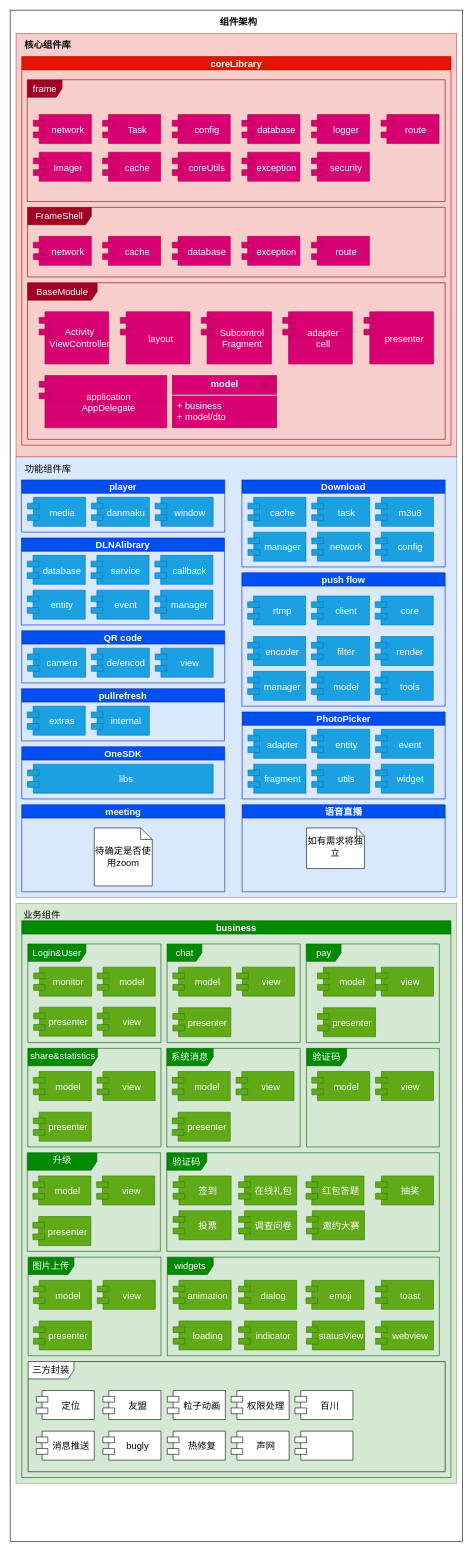
The draw.io diagram 架构设计/未命名绘图.drawio in mengzhuSDK/diagram, before the edit. Source tidied: cells renumbered, new cells numbered last; positions are measured from the earlier drawing's top-left corner, leaving out a move shared by most shapes. Both pictures are drawn from the tidied source at 58%, with x=0, y=0 at pixel (10, 10).
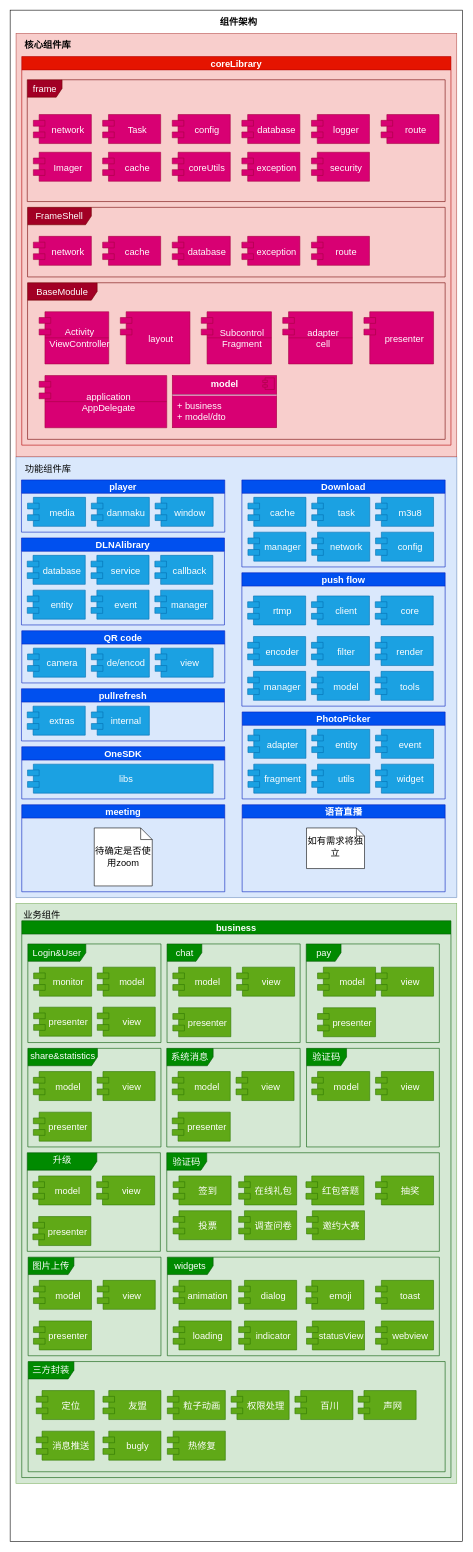
Above is the later version.

Commit message:
更新未命名绘图.drawio

Unchanged cells that the change refers to:
```xml
<mxCell id="52" value="business" style="swimlane;fontSize=16;html=0;fillColor=#008a00;strokeColor=#005700;fontColor=#ffffff;" parent="1" vertex="1">
  <mxGeometry x="20" y="1570" width="740" height="960" as="geometry" />
</mxCell>
```

The edit, as a diff of the source:
```diff
@@
-    <mxCell id="80" value="三方封装" style="shape=umlFrame;whiteSpace=wrap;html=1;fontSize=16;width=79;height=30;" parent="52" vertex="1">
+    <mxCell id="80" value="三方封装" style="shape=umlFrame;whiteSpace=wrap;html=1;fontSize=16;width=79;height=30;fillColor=#008a00;strokeColor=#005700;fontColor=#ffffff;" parent="52" vertex="1">
       <mxGeometry x="11" y="760" width="719" height="190" as="geometry" />
     </mxCell>
-    <mxCell id="81" value="定位" style="shape=module;align=left;spacingLeft=20;align=center;verticalAlign=middle;fontSize=16;" parent="52" vertex="1">
+    <mxCell id="81" value="定位" style="shape=module;align=left;spacingLeft=20;align=center;verticalAlign=middle;fontSize=16;fillColor=#60a917;strokeColor=#2D7600;fontColor=#ffffff;" parent="52" vertex="1">
       <mxGeometry x="25" y="810" width="100" height="50" as="geometry" />
     </mxCell>
-    <mxCell id="82" value="消息推送" style="shape=module;align=left;spacingLeft=20;align=center;verticalAlign=middle;fontSize=16;" parent="52" vertex="1">
+    <mxCell id="82" value="消息推送" style="shape=module;align=left;spacingLeft=20;align=center;verticalAlign=middle;fontSize=16;fillColor=#60a917;strokeColor=#2D7600;fontColor=#ffffff;" parent="52" vertex="1">
       <mxGeometry x="25" y="880" width="100" height="50" as="geometry" />
     </mxCell>
-    <mxCell id="83" value="友盟" style="shape=module;align=left;spacingLeft=20;align=center;verticalAlign=middle;fontSize=16;" parent="52" vertex="1">
+    <mxCell id="83" value="友盟" style="shape=module;align=left;spacingLeft=20;align=center;verticalAlign=middle;fontSize=16;fillColor=#60a917;strokeColor=#2D7600;fontColor=#ffffff;" parent="52" vertex="1">
       <mxGeometry x="140" y="810" width="100" height="50" as="geometry" />
     </mxCell>
-    <mxCell id="84" value="bugly" style="shape=module;align=left;spacingLeft=20;align=center;verticalAlign=middle;fontSize=16;" parent="52" vertex="1">
+    <mxCell id="84" value="bugly" style="shape=module;align=left;spacingLeft=20;align=center;verticalAlign=middle;fontSize=16;fillColor=#60a917;strokeColor=#2D7600;fontColor=#ffffff;" parent="52" vertex="1">
       <mxGeometry x="140" y="880" width="100" height="50" as="geometry" />
     </mxCell>
-    <mxCell id="85" value="粒子动画" style="shape=module;align=left;spacingLeft=20;align=center;verticalAlign=middle;fontSize=16;" parent="52" vertex="1">
+    <mxCell id="85" value="粒子动画" style="shape=module;align=left;spacingLeft=20;align=center;verticalAlign=middle;fontSize=16;fillColor=#60a917;strokeColor=#2D7600;fontColor=#ffffff;" parent="52" vertex="1">
       <mxGeometry x="251" y="810" width="100" height="50" as="geometry" />
     </mxCell>
-    <mxCell id="86" value="热修复" style="shape=module;align=left;spacingLeft=20;align=center;verticalAlign=middle;fontSize=16;" parent="52" vertex="1">
+    <mxCell id="86" value="热修复" style="shape=module;align=left;spacingLeft=20;align=center;verticalAlign=middle;fontSize=16;fillColor=#60a917;strokeColor=#2D7600;fontColor=#ffffff;" parent="52" vertex="1">
       <mxGeometry x="251" y="880" width="100" height="50" as="geometry" />
     </mxCell>
-    <mxCell id="87" value="权限处理" style="shape=module;align=left;spacingLeft=20;align=center;verticalAlign=middle;fontSize=16;" parent="52" vertex="1">
+    <mxCell id="87" value="权限处理" style="shape=module;align=left;spacingLeft=20;align=center;verticalAlign=middle;fontSize=16;fillColor=#60a917;strokeColor=#2D7600;fontColor=#ffffff;" parent="52" vertex="1">
       <mxGeometry x="361" y="810" width="100" height="50" as="geometry" />
     </mxCell>
-    <mxCell id="88" value="声网" style="shape=module;align=left;spacingLeft=20;align=center;verticalAlign=middle;fontSize=16;" parent="52" vertex="1">
-      <mxGeometry x="361" y="880" width="100" height="50" as="geometry" />
+    <mxCell id="88" value="声网" style="shape=module;align=left;spacingLeft=20;align=center;verticalAlign=middle;fontSize=16;fillColor=#60a917;strokeColor=#2D7600;fontColor=#ffffff;" parent="52" vertex="1">
+      <mxGeometry x="580" y="810" width="100" height="50" as="geometry" />
     </mxCell>
-    <mxCell id="89" value="百川" style="shape=module;align=left;spacingLeft=20;align=center;verticalAlign=middle;fontSize=16;" parent="52" vertex="1">
+    <mxCell id="89" value="百川" style="shape=module;align=left;spacingLeft=20;align=center;verticalAlign=middle;fontSize=16;fillColor=#60a917;strokeColor=#2D7600;fontColor=#ffffff;" parent="52" vertex="1">
       <mxGeometry x="471" y="810" width="100" height="50" as="geometry" />
     </mxCell>
-    <mxCell id="90" style="shape=module;align=left;spacingLeft=20;align=center;verticalAlign=top;fontSize=16;" parent="52" vertex="1">
-      <mxGeometry x="471" y="880" width="100" height="50" as="geometry" />
-    </mxCell>
```
